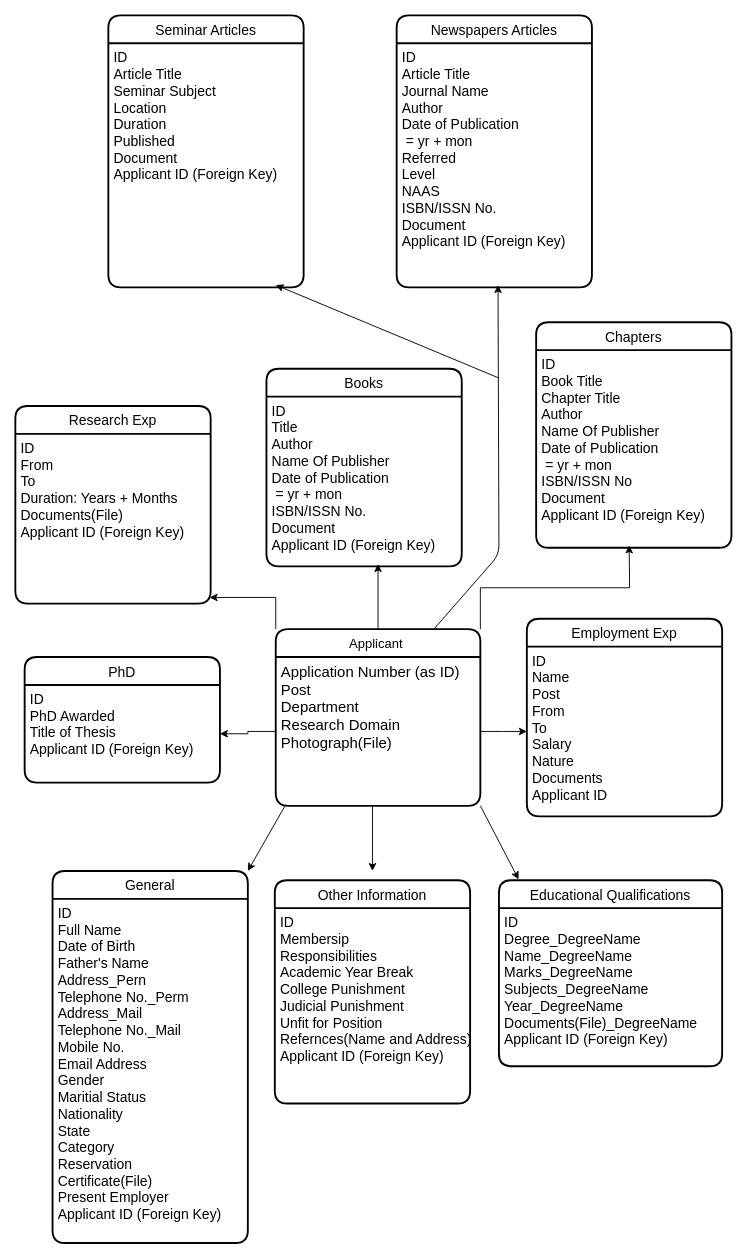
Above: Downloads/Untitled Diagram.drawio in ShreyaTarwey/vidly-project-with-mongodb-and-express (draw.io), before the change. Source tidied: cells renumbered, new cells numbered last; positions are measured from the earlier drawing's top-left corner, leaving out a move shared by most shapes. Both pictures are drawn from the tidied source at 93%, with x=0, y=0 at pixel (15, 15).
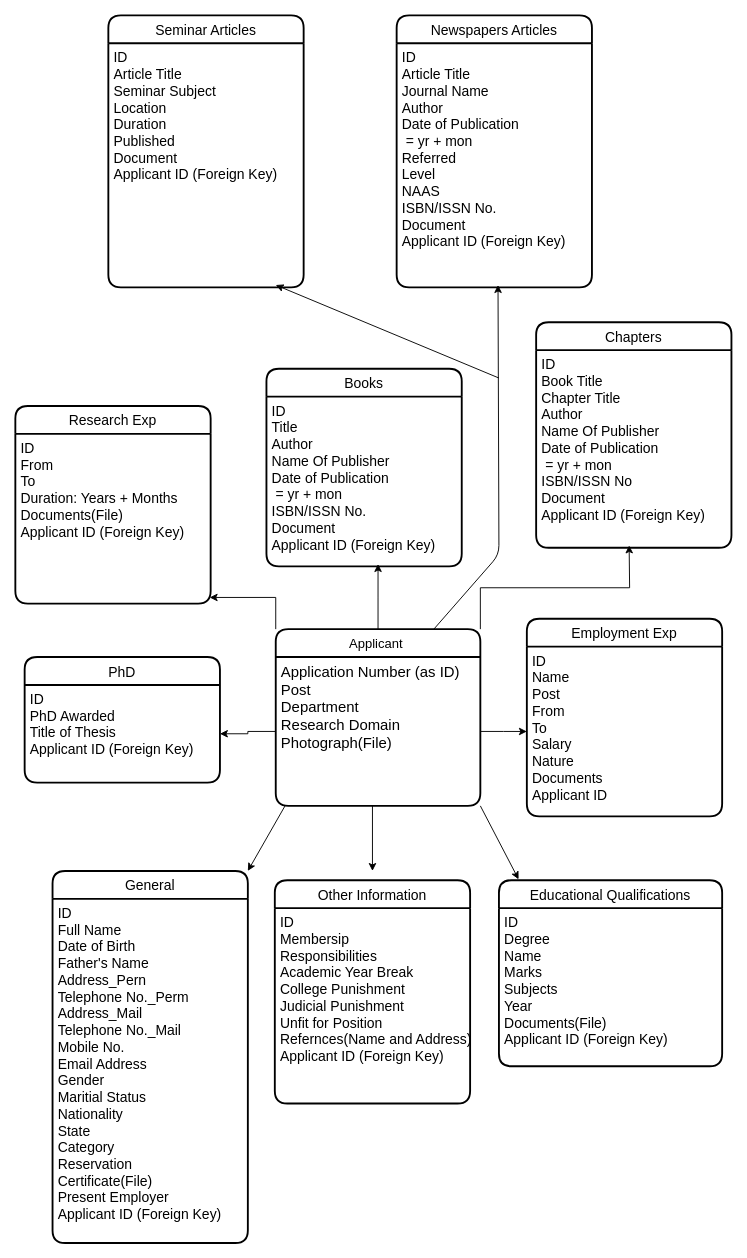
After the change.

Unchanged cells that the change refers to:
```xml
<mxCell id="12" value="Educational Qualifications" style="swimlane;horizontal=1;startSize=30;rounded=1;fontSize=15;fontStyle=0;strokeWidth=2;shadow=0;dashed=0;align=center;fontFamily=Helvetica;gradientColor=#ffffff;" parent="1" vertex="1">
  <mxGeometry x="520" y="930" width="240" height="200" as="geometry" />
</mxCell>
```

What changed in the source:
```diff
@@
-    <mxCell id="13" value="ID&#10;Degree_DegreeName&#10;Name_DegreeName&#10;Marks_DegreeName&#10;Subjects_DegreeName&#10;Year_DegreeName&#10;Documents(File)_DegreeName&#10;Applicant ID (Foreign Key)" style="align=left;strokeColor=none;fillColor=none;spacingLeft=4;fontSize=15;verticalAlign=top;" parent="12" vertex="1">
+    <mxCell id="13" value="ID&#10;Degree&#10;Name&#10;Marks&#10;Subjects&#10;Year&#10;Documents(File)&#10;Applicant ID (Foreign Key)" style="align=left;strokeColor=none;fillColor=none;spacingLeft=4;fontSize=15;verticalAlign=top;" parent="12" vertex="1">
       <mxGeometry y="30" width="240" height="170" as="geometry" />
     </mxCell>
```
